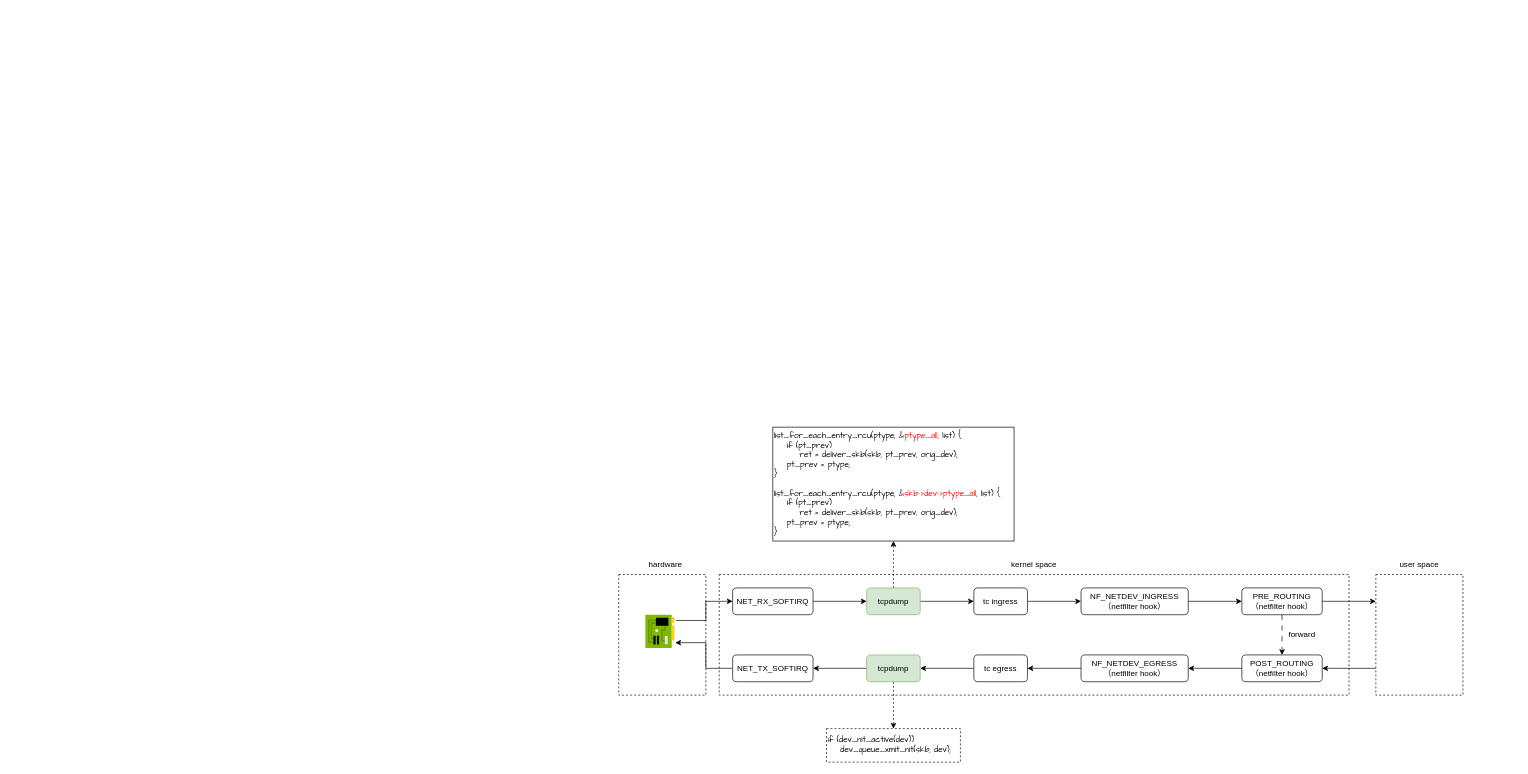
Earlier version of the draw.io diagram tcpdump.drawio (Richard-Joe/draw-io). Source tidied: cells renumbered, new cells numbered last; positions are measured from the earlier drawing's top-left corner, leaving out a move shared by most shapes. Both pictures are drawn from the tidied source at 67%, with x=0, y=0 at pixel (618, 427).
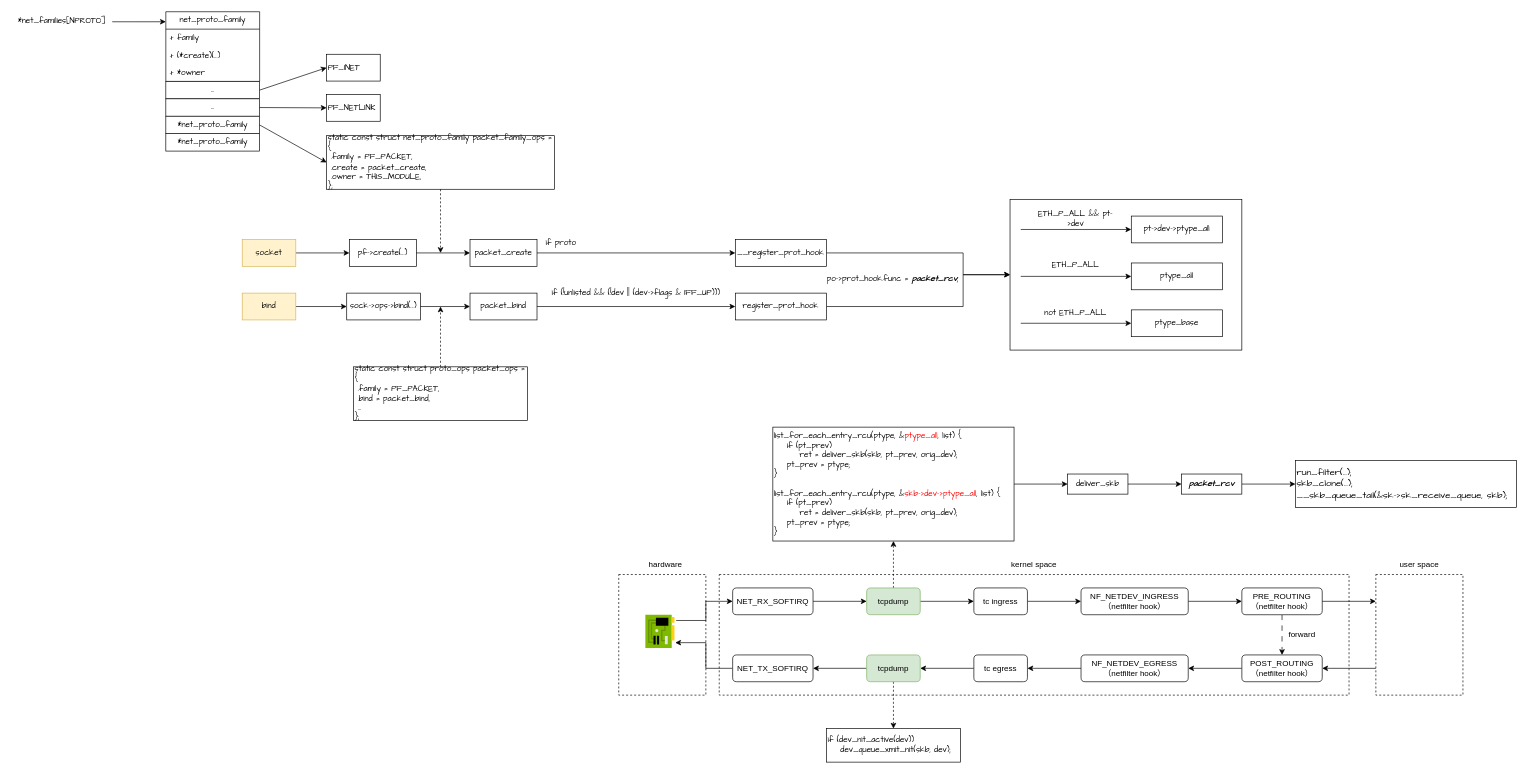
Above is the later version.

The change refers to these unchanged cells:
```xml
<mxCell id="6" value="&lt;div&gt; list_for_each_entry_rcu(ptype, &amp;amp;&lt;font color=&quot;#ff0000&quot;&gt;ptype_all&lt;/font&gt;, list) {&lt;/div&gt;&lt;div&gt;&lt;span style=&quot;&quot;&gt;&lt;/span&gt;&amp;nbsp; &amp;nbsp; if (pt_prev)&lt;/div&gt;&lt;div&gt;&lt;span style=&quot;&quot;&gt;&lt;/span&gt;&amp;nbsp; &amp;nbsp; &amp;nbsp; &amp;nbsp; ret = deliver_skb(skb, pt_prev, orig_dev);&lt;/div&gt;&lt;div&gt;&lt;span style=&quot;&quot;&gt;&lt;/span&gt;&amp;nbsp; &amp;nbsp; pt_prev = ptype;&lt;/div&gt;&lt;div&gt;&lt;span style=&quot;&quot;&gt;&lt;/span&gt;}&lt;/div&gt;&lt;div&gt;&lt;br&gt;&lt;/div&gt;&lt;div&gt;&lt;span style=&quot;&quot;&gt; &lt;/span&gt;list_for_each_entry_rcu(ptype, &amp;amp;&lt;font color=&quot;#ff0000&quot;&gt;skb-&amp;gt;dev-&amp;gt;ptype_all&lt;/font&gt;, list) {&lt;/div&gt;&amp;nbsp; &amp;nbsp;&amp;nbsp;&lt;span style=&quot;background-color: initial;&quot;&gt;if (pt_prev)&lt;/span&gt;&lt;br&gt;&amp;nbsp; &amp;nbsp;&amp;nbsp;&amp;nbsp; &amp;nbsp;&amp;nbsp;&lt;span style=&quot;background-color: initial;&quot;&gt;ret = deliver_skb(skb, pt_prev, orig_dev);&lt;/span&gt;&lt;br&gt;&lt;div&gt;&lt;span style=&quot;&quot;&gt;&lt;/span&gt;&amp;nbsp; &amp;nbsp; pt_prev = ptype;&lt;/div&gt;&lt;div&gt;&lt;span style=&quot;&quot;&gt; &lt;/span&gt;}&lt;/div&gt;" style="rounded=0;whiteSpace=wrap;html=1;align=left;fontFamily=Comic Sans MS;" parent="1" vertex="1">
  <mxGeometry x="230" width="360" height="170" as="geometry" />
</mxCell>
```

Change to the diagram source:
```diff
@@
+    <mxCell id="37" style="rounded=0;whiteSpace=wrap;html=1;" parent="1" vertex="1">
+      <mxGeometry x="584" y="-340" width="346" height="225" as="geometry" />
+    </mxCell>
@@
+    <mxCell id="38" style="edgeStyle=orthogonalEdgeStyle;rounded=0;jettySize=auto;html=1;" parent="1" edge="1" source="6" target="87">
+      <mxGeometry relative="1" as="geometry" />
+    </mxCell>
@@
-    <mxCell id="27" value="&lt;div&gt;if (dev_nit_active(dev))&lt;/div&gt;&lt;div&gt;&amp;nbsp; &amp;nbsp; dev_queue_xmit_nit(skb, dev);&lt;/div&gt;" style="rounded=0;whiteSpace=wrap;html=1;align=left;fontFamily=Comic Sans MS;dashed=1;" parent="1" vertex="1">
+    <mxCell id="27" value="&lt;div&gt;if (dev_nit_active(dev))&lt;/div&gt;&lt;div&gt;&amp;nbsp; &amp;nbsp; dev_queue_xmit_nit(skb, dev);&lt;/div&gt;" style="rounded=0;whiteSpace=wrap;html=1;align=left;fontFamily=Comic Sans MS;" parent="1" vertex="1">
       <mxGeometry x="310" y="450" width="200" height="50" as="geometry" />
     </mxCell>
@@
+    <mxCell id="39" style="edgeStyle=orthogonalEdgeStyle;rounded=0;jettySize=auto;html=1;" parent="1" edge="1" source="40" target="56">
+      <mxGeometry relative="1" as="geometry" />
+    </mxCell>
+    <mxCell id="40" value="socket" style="rounded=0;whiteSpace=wrap;html=1;align=center;fontFamily=Comic Sans MS;fillColor=#fff2cc;strokeColor=#d6b656;" parent="1" vertex="1">
+      <mxGeometry x="-562" y="-280" width="80" height="40" as="geometry" />
+    </mxCell>
+    <mxCell id="41" value="PF_INET" style="rounded=0;whiteSpace=wrap;html=1;align=left;fontFamily=Comic Sans MS;" parent="1" vertex="1">
+      <mxGeometry x="-436" y="-556.5" width="80" height="40" as="geometry" />
+    </mxCell>
+    <mxCell id="42" value="net_proto_family" style="swimlane;fontStyle=0;horizontal=1;startSize=26;fillColor=none;whiteSpace=wrap;html=1;fontFamily=Comic Sans MS;" parent="1" vertex="1">
+      <mxGeometry x="-676" y="-620" width="140" height="104" as="geometry" />
+    </mxCell>
+    <mxCell id="43" value="+&amp;nbsp;family" style="text;strokeColor=none;fillColor=none;align=left;verticalAlign=top;spacingLeft=4;spacingRight=4;overflow=hidden;whiteSpace=wrap;html=1;fontFamily=Comic Sans MS;" parent="42" vertex="1">
+      <mxGeometry y="26" width="140" height="26" as="geometry" />
+    </mxCell>
+    <mxCell id="44" value="+ (*create)(...)" style="text;strokeColor=none;fillColor=none;align=left;verticalAlign=top;spacingLeft=4;spacingRight=4;overflow=hidden;whiteSpace=wrap;html=1;fontFamily=Comic Sans MS;" parent="42" vertex="1">
+      <mxGeometry y="52" width="140" height="26" as="geometry" />
+    </mxCell>
+    <mxCell id="45" value="+ *owner" style="text;strokeColor=none;fillColor=none;align=left;verticalAlign=top;spacingLeft=4;spacingRight=4;overflow=hidden;whiteSpace=wrap;html=1;fontFamily=Comic Sans MS;" parent="42" vertex="1">
+      <mxGeometry y="78" width="140" height="26" as="geometry" />
+    </mxCell>
+    <mxCell id="46" style="edgeStyle=orthogonalEdgeStyle;rounded=0;jettySize=auto;html=1;entryX=0;entryY=0.144;entryDx=0;entryDy=0;entryPerimeter=0;" parent="1" edge="1" source="47" target="42">
+      <mxGeometry relative="1" as="geometry">
+        <Array as="points">
+          <mxPoint x="-716" y="-605" />
+          <mxPoint x="-716" y="-605" />
+        </Array>
+      </mxGeometry>
+    </mxCell>
+    <mxCell id="47" value="*net_families[NPROTO]" style="text;html=1;strokeColor=none;fillColor=none;align=center;verticalAlign=middle;whiteSpace=wrap;rounded=0;fontFamily=Comic Sans MS;" parent="1" vertex="1">
+      <mxGeometry x="-906" y="-620" width="150" height="30" as="geometry" />
+    </mxCell>
+    <mxCell id="48" value="..." style="rounded=0;whiteSpace=wrap;html=1;align=center;fontFamily=Comic Sans MS;" parent="1" vertex="1">
+      <mxGeometry x="-676" y="-516" width="140" height="26" as="geometry" />
+    </mxCell>
+    <mxCell id="49" value="..." style="rounded=0;whiteSpace=wrap;html=1;align=center;fontFamily=Comic Sans MS;" parent="1" vertex="1">
+      <mxGeometry x="-676" y="-490" width="140" height="26" as="geometry" />
+    </mxCell>
+    <mxCell id="50" value="*net_proto_family" style="rounded=0;whiteSpace=wrap;html=1;align=center;fontFamily=Comic Sans MS;" parent="1" vertex="1">
+      <mxGeometry x="-676" y="-438" width="140" height="26" as="geometry" />
+    </mxCell>
+    <mxCell id="51" value="*net_proto_family" style="rounded=0;whiteSpace=wrap;html=1;align=center;fontFamily=Comic Sans MS;" parent="1" vertex="1">
+      <mxGeometry x="-676" y="-464" width="140" height="26" as="geometry" />
+    </mxCell>
+    <mxCell id="52" value="PF_NETLINK" style="rounded=0;whiteSpace=wrap;html=1;align=left;fontFamily=Comic Sans MS;" parent="1" vertex="1">
+      <mxGeometry x="-436" y="-496.5" width="80" height="40" as="geometry" />
+    </mxCell>
+    <mxCell id="53" style="endArrow=classic;html=1;rounded=0;entryX=0;entryY=0.5;entryDx=0;entryDy=0;exitX=1;exitY=0.5;exitDx=0;exitDy=0;" parent="1" edge="1" source="48" target="41">
+      <mxGeometry relative="1" as="geometry" />
+    </mxCell>
+    <mxCell id="54" style="endArrow=classic;html=1;rounded=0;entryX=0;entryY=0.5;entryDx=0;entryDy=0;exitX=1;exitY=0.5;exitDx=0;exitDy=0;" parent="1" edge="1" source="49" target="52">
+      <mxGeometry relative="1" as="geometry" />
+    </mxCell>
+    <mxCell id="55" style="endArrow=classic;html=1;rounded=0;entryX=0;entryY=0.5;entryDx=0;entryDy=0;exitX=1;exitY=0.5;exitDx=0;exitDy=0;" parent="1" edge="1" source="51" target="84">
+      <mxGeometry relative="1" as="geometry" />
+    </mxCell>
+    <mxCell id="56" value="pf-&amp;gt;create(...)" style="rounded=0;whiteSpace=wrap;html=1;align=center;fontFamily=Comic Sans MS;" parent="1" vertex="1">
+      <mxGeometry x="-402" y="-280" width="100" height="40" as="geometry" />
+    </mxCell>
+    <mxCell id="57" style="edgeStyle=orthogonalEdgeStyle;rounded=0;jettySize=auto;html=1;exitX=1;exitY=0.5;exitDx=0;exitDy=0;" parent="1" edge="1" source="56" target="59">
+      <mxGeometry relative="1" as="geometry" />
+    </mxCell>
+    <mxCell id="58" style="edgeStyle=orthogonalEdgeStyle;rounded=0;jettySize=auto;html=1;" parent="1" edge="1" source="59" target="61">
+      <mxGeometry relative="1" as="geometry" />
+    </mxCell>
+    <mxCell id="59" value="packet_create" style="rounded=0;whiteSpace=wrap;html=1;align=center;fontFamily=Comic Sans MS;" parent="1" vertex="1">
+      <mxGeometry x="-222" y="-280" width="100" height="40" as="geometry" />
+    </mxCell>
+    <mxCell id="60" style="edgeStyle=orthogonalEdgeStyle;rounded=0;jettySize=auto;html=1;entryX=0;entryY=0.5;entryDx=0;entryDy=0;" parent="1" edge="1" source="61" target="37">
+      <mxGeometry relative="1" as="geometry">
+        <Array as="points">
+          <mxPoint x="514" y="-260" />
+          <mxPoint x="514" y="-227" />
+        </Array>
+      </mxGeometry>
+    </mxCell>
+    <mxCell id="61" value="__register_prot_hook" style="rounded=0;whiteSpace=wrap;html=1;align=center;fontFamily=Comic Sans MS;" parent="1" vertex="1">
+      <mxGeometry x="174" y="-280" width="136" height="40" as="geometry" />
+    </mxCell>
+    <mxCell id="62" value="if proto" style="text;html=1;strokeColor=none;fillColor=none;align=center;verticalAlign=middle;whiteSpace=wrap;rounded=0;fontFamily=Comic Sans MS;" parent="1" vertex="1">
+      <mxGeometry x="-116" y="-290" width="60" height="30" as="geometry" />
+    </mxCell>
+    <mxCell id="63" value="pt-&amp;gt;dev-&amp;gt;ptype_all" style="rounded=0;whiteSpace=wrap;html=1;align=center;fontFamily=Comic Sans MS;" parent="1" vertex="1">
+      <mxGeometry x="765" y="-315" width="136" height="40" as="geometry" />
+    </mxCell>
+    <mxCell id="64" value="ptype_all" style="rounded=0;whiteSpace=wrap;html=1;align=center;fontFamily=Comic Sans MS;" parent="1" vertex="1">
+      <mxGeometry x="765" y="-245" width="136" height="40" as="geometry" />
+    </mxCell>
+    <mxCell id="65" value="ptype_base" style="rounded=0;whiteSpace=wrap;html=1;align=center;fontFamily=Comic Sans MS;" parent="1" vertex="1">
+      <mxGeometry x="765" y="-175" width="136" height="40" as="geometry" />
+    </mxCell>
+    <mxCell id="66" style="endArrow=classic;html=1;rounded=0;entryX=0;entryY=0.5;entryDx=0;entryDy=0;" parent="1" edge="1" target="63">
+      <mxGeometry relative="1" as="geometry">
+        <mxPoint x="600" y="-295" as="sourcePoint" />
+      </mxGeometry>
+    </mxCell>
+    <mxCell id="67" value="ETH_P_ALL &amp;amp;&amp;amp; pt-&amp;gt;dev" style="text;html=1;strokeColor=none;fillColor=none;align=center;verticalAlign=middle;whiteSpace=wrap;rounded=0;fontFamily=Comic Sans MS;" parent="1" vertex="1">
+      <mxGeometry x="614" y="-325" width="136" height="30" as="geometry" />
+    </mxCell>
+    <mxCell id="68" style="endArrow=classic;html=1;rounded=0;entryX=0;entryY=0.5;entryDx=0;entryDy=0;" parent="1" edge="1" target="64">
+      <mxGeometry relative="1" as="geometry">
+        <mxPoint x="600" y="-225" as="sourcePoint" />
+      </mxGeometry>
+    </mxCell>
+    <mxCell id="69" value="ETH_P_ALL" style="text;html=1;strokeColor=none;fillColor=none;align=center;verticalAlign=middle;whiteSpace=wrap;rounded=0;fontFamily=Comic Sans MS;" parent="1" vertex="1">
+      <mxGeometry x="614" y="-257" width="136" height="30" as="geometry" />
+    </mxCell>
+    <mxCell id="70" style="endArrow=classic;html=1;rounded=0;" parent="1" edge="1" target="65">
+      <mxGeometry relative="1" as="geometry">
+        <mxPoint x="600" y="-155" as="sourcePoint" />
+      </mxGeometry>
+    </mxCell>
+    <mxCell id="71" value="not ETH_P_ALL" style="text;html=1;strokeColor=none;fillColor=none;align=center;verticalAlign=middle;whiteSpace=wrap;rounded=0;fontFamily=Comic Sans MS;" parent="1" vertex="1">
+      <mxGeometry x="614" y="-185" width="136" height="30" as="geometry" />
+    </mxCell>
+    <mxCell id="72" style="edgeStyle=orthogonalEdgeStyle;rounded=0;jettySize=auto;html=1;" parent="1" edge="1" source="73" target="74">
+      <mxGeometry relative="1" as="geometry" />
+    </mxCell>
+    <mxCell id="73" value="bind" style="rounded=0;whiteSpace=wrap;html=1;align=center;fontFamily=Comic Sans MS;fillColor=#fff2cc;strokeColor=#d6b656;" parent="1" vertex="1">
+      <mxGeometry x="-562" y="-200" width="80" height="40" as="geometry" />
+    </mxCell>
+    <mxCell id="74" value="sock-&amp;gt;ops-&amp;gt;bind(...)" style="rounded=0;whiteSpace=wrap;html=1;align=center;fontFamily=Comic Sans MS;" parent="1" vertex="1">
+      <mxGeometry x="-406" y="-200" width="110" height="40" as="geometry" />
+    </mxCell>
+    <mxCell id="75" style="edgeStyle=orthogonalEdgeStyle;rounded=0;jettySize=auto;html=1;exitX=1;exitY=0.5;exitDx=0;exitDy=0;" parent="1" edge="1" source="74" target="77">
+      <mxGeometry relative="1" as="geometry" />
+    </mxCell>
+    <mxCell id="76" style="edgeStyle=orthogonalEdgeStyle;rounded=0;jettySize=auto;html=1;" parent="1" edge="1" source="77" target="79">
+      <mxGeometry relative="1" as="geometry" />
+    </mxCell>
+    <mxCell id="77" value="packet_bind" style="rounded=0;whiteSpace=wrap;html=1;align=center;fontFamily=Comic Sans MS;" parent="1" vertex="1">
+      <mxGeometry x="-222" y="-200" width="100" height="40" as="geometry" />
+    </mxCell>
+    <mxCell id="78" style="edgeStyle=orthogonalEdgeStyle;rounded=0;jettySize=auto;html=1;entryX=0;entryY=0.5;entryDx=0;entryDy=0;" parent="1" edge="1" source="79" target="37">
+      <mxGeometry relative="1" as="geometry">
+        <Array as="points">
+          <mxPoint x="514" y="-180" />
+          <mxPoint x="514" y="-227" />
+        </Array>
+      </mxGeometry>
+    </mxCell>
+    <mxCell id="79" value="register_prot_hook" style="rounded=0;whiteSpace=wrap;html=1;align=center;fontFamily=Comic Sans MS;" parent="1" vertex="1">
+      <mxGeometry x="174" y="-200" width="136" height="40" as="geometry" />
+    </mxCell>
+    <mxCell id="80" value="if (!unlisted &amp;amp;&amp;amp; (!dev || (dev-&amp;gt;flags &amp;amp; IFF_UP)))" style="text;html=1;strokeColor=none;fillColor=none;align=center;verticalAlign=middle;whiteSpace=wrap;rounded=0;fontFamily=Comic Sans MS;" parent="1" vertex="1">
+      <mxGeometry x="-122" y="-215" width="296" height="30" as="geometry" />
+    </mxCell>
+    <mxCell id="81" value="po-&amp;gt;prot_hook.func = &lt;b style=&quot;&quot;&gt;&lt;i style=&quot;&quot;&gt;packet_rcv&lt;/i&gt;&lt;/b&gt;;" style="text;html=1;strokeColor=none;fillColor=none;align=center;verticalAlign=middle;whiteSpace=wrap;rounded=0;fontFamily=Comic Sans MS;" parent="1" vertex="1">
+      <mxGeometry x="304" y="-235" width="210" height="30" as="geometry" />
+    </mxCell>
+    <mxCell id="82" value="&lt;div&gt;static const struct proto_ops packet_ops = {&lt;/div&gt;&lt;div&gt; &lt;span style=&quot;white-space: pre;&quot;&gt; &lt;/span&gt;.family =&lt;span style=&quot;&quot;&gt; &lt;/span&gt;PF_PACKET,&lt;/div&gt;&lt;div&gt;&lt;span style=&quot;&quot;&gt; &lt;/span&gt;&lt;span style=&quot;white-space: pre;&quot;&gt; &lt;/span&gt;.bind =&lt;span style=&quot;&quot;&gt;  &lt;/span&gt;packet_bind,&lt;/div&gt;&lt;div&gt;&lt;span style=&quot;white-space: pre;&quot;&gt; &lt;/span&gt;...&lt;/div&gt;&lt;div&gt;};&lt;br&gt;&lt;/div&gt;" style="rounded=0;whiteSpace=wrap;html=1;align=left;fontFamily=Comic Sans MS;" parent="1" vertex="1">
+      <mxGeometry x="-396" y="-90" width="260" height="80" as="geometry" />
+    </mxCell>
+    <mxCell id="83" style="endArrow=classic;html=1;rounded=0;exitX=0.5;exitY=0;exitDx=0;exitDy=0;dashed=1;" parent="1" edge="1" source="82">
+      <mxGeometry relative="1" as="geometry">
+        <mxPoint x="-266" y="-180" as="targetPoint" />
+      </mxGeometry>
+    </mxCell>
+    <mxCell id="84" value="&lt;div&gt;&lt;div&gt;static const struct net_proto_family packet_family_ops = {&lt;/div&gt;&lt;div&gt; &lt;span style=&quot;white-space: pre;&quot;&gt; &lt;/span&gt;.family =&lt;span style=&quot;&quot;&gt; &lt;/span&gt;PF_PACKET,&lt;/div&gt;&lt;div&gt;&lt;span style=&quot;&quot;&gt; &lt;/span&gt;&lt;span style=&quot;white-space: pre;&quot;&gt; &lt;/span&gt;.create =&lt;span style=&quot;&quot;&gt; &lt;/span&gt;packet_create,&lt;/div&gt;&lt;div&gt;&lt;span style=&quot;&quot;&gt; &lt;/span&gt;&lt;span style=&quot;white-space: pre;&quot;&gt; &lt;/span&gt;.owner&lt;span style=&quot;&quot;&gt; &lt;/span&gt;=&lt;span style=&quot;&quot;&gt; &lt;/span&gt;THIS_MODULE,&lt;/div&gt;&lt;div&gt;};&lt;/div&gt;&lt;/div&gt;" style="rounded=0;whiteSpace=wrap;html=1;align=left;fontFamily=Comic Sans MS;" parent="1" vertex="1">
+      <mxGeometry x="-436" y="-435" width="340" height="80" as="geometry" />
+    </mxCell>
+    <mxCell id="85" style="endArrow=classic;html=1;rounded=0;dashed=1;" parent="1" edge="1" source="84">
+      <mxGeometry relative="1" as="geometry">
+        <mxPoint x="-266" y="-260" as="targetPoint" />
+      </mxGeometry>
+    </mxCell>
+    <mxCell id="86" style="edgeStyle=orthogonalEdgeStyle;rounded=0;jettySize=auto;html=1;" parent="1" edge="1" source="87" target="89">
+      <mxGeometry relative="1" as="geometry" />
+    </mxCell>
+    <mxCell id="87" value="deliver_skb" style="rounded=0;whiteSpace=wrap;html=1;align=center;fontFamily=Comic Sans MS;" parent="1" vertex="1">
+      <mxGeometry x="670" y="70" width="90" height="30" as="geometry" />
+    </mxCell>
+    <mxCell id="88" style="edgeStyle=orthogonalEdgeStyle;rounded=0;jettySize=auto;html=1;" parent="1" edge="1" source="89" target="90">
+      <mxGeometry relative="1" as="geometry" />
+    </mxCell>
+    <mxCell id="89" value="&lt;b&gt;packet_rcv&lt;/b&gt;" style="rounded=0;whiteSpace=wrap;html=1;align=center;fontFamily=Comic Sans MS;fontStyle=2;" parent="1" vertex="1">
+      <mxGeometry x="840" y="70" width="90" height="30" as="geometry" />
+    </mxCell>
+    <mxCell id="90" value="&lt;font style=&quot;font-size: 14px;&quot;&gt;run_filter(...);&lt;br style=&quot;font-size: 14px;&quot;&gt;skb_clone(...);&lt;br style=&quot;font-size: 14px;&quot;&gt;__skb_queue_tail(&amp;amp;sk-&amp;gt;sk_receive_queue, skb);&lt;br style=&quot;font-size: 14px;&quot;&gt;&lt;/font&gt;" style="rounded=0;whiteSpace=wrap;html=1;align=left;fontFamily=Comic Sans MS;fontColor=#000000;fontSize=14;" parent="1" vertex="1">
+      <mxGeometry x="1010" y="50" width="330" height="70" as="geometry" />
+    </mxCell>
```
